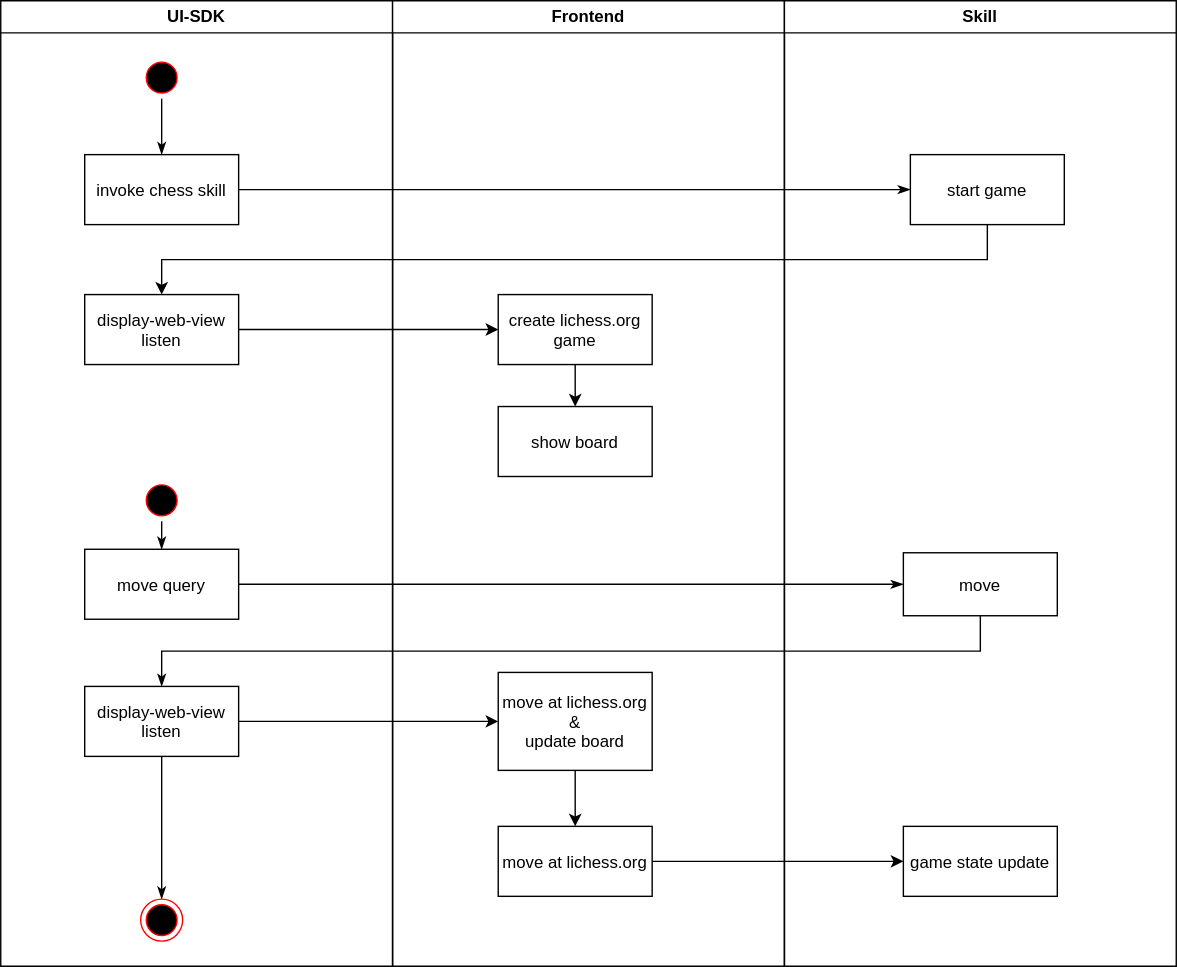
Earlier version of the draw.io export docs/flows-Normal Flow.svg (mosure/chess-assistant-skill). Source tidied: cells renumbered, new cells last; positions are measured from the earlier drawing's top-left corner, leaving out a move shared by most shapes.
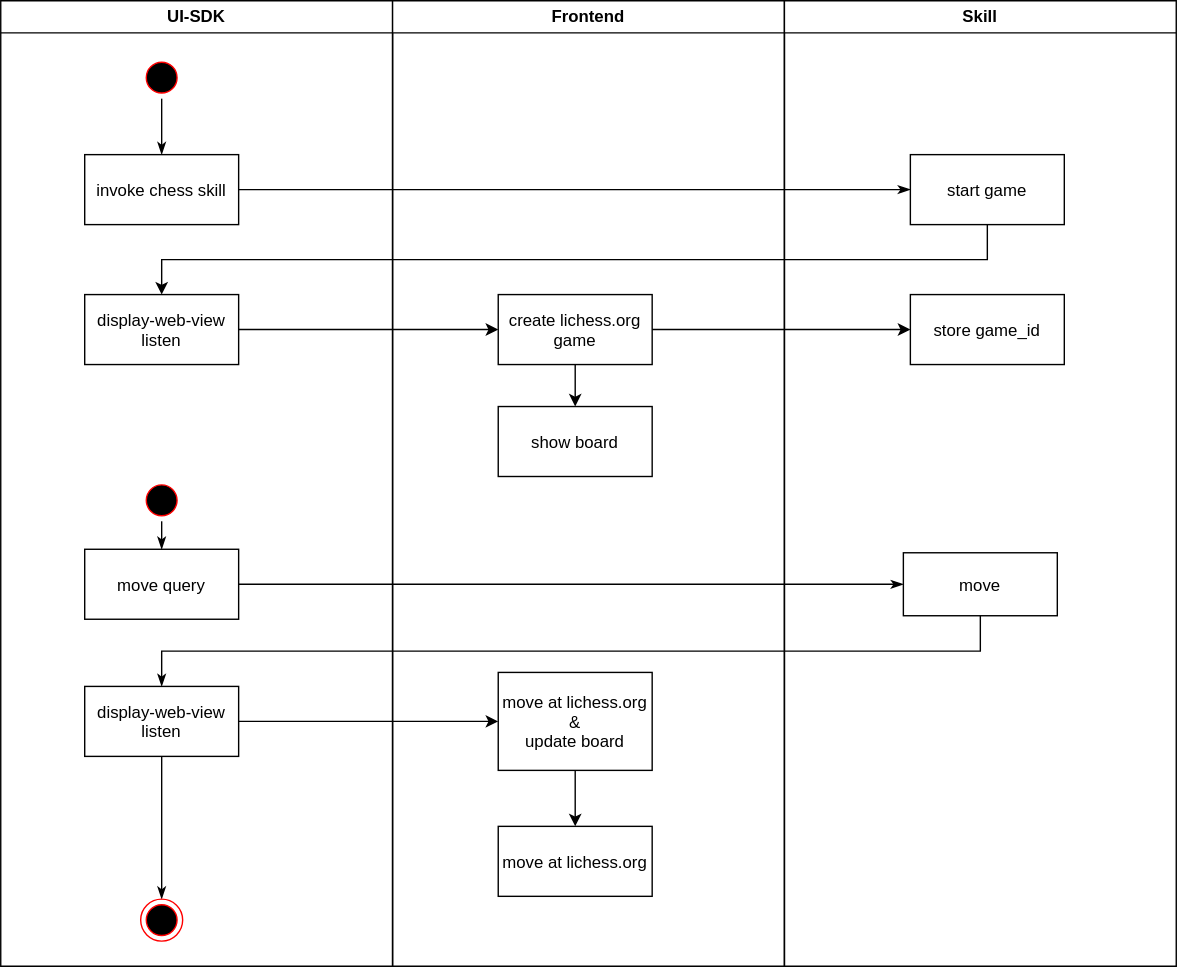
The same diagram one commit later.

The edit, as a diff of the source:
```diff
@@ -65,8 +65,8 @@
     <mxCell id="22" value="move" parent="20" vertex="1">
       <mxGeometry x="85" y="394.5" width="110" height="45" as="geometry" />
     </mxCell>
-    <mxCell id="23" value="game state update" parent="20" vertex="1">
-      <mxGeometry x="85" y="590" width="110" height="50" as="geometry" />
+    <mxCell id="23" value="store game_id" parent="20" vertex="1">
+      <mxGeometry x="90" y="210" width="110" height="50" as="geometry" />
     </mxCell>
     <mxCell id="24" style="edgeStyle=orthogonalEdgeStyle;rounded=0;jettySize=auto;html=1;exitX=1;exitY=0.5;exitDx=0;exitDy=0;entryX=0;entryY=0.5;entryDx=0;entryDy=0;endArrow=classicThin;endFill=1;strokeColor=#000000;" parent="1" edge="1" source="5" target="21">
       <mxGeometry relative="1" as="geometry" />
@@ -86,8 +86,8 @@
     <mxCell id="29" style="edgeStyle=orthogonalEdgeStyle;rounded=0;jettySize=auto;html=1;exitX=1;exitY=0.5;exitDx=0;exitDy=0;entryX=0;entryY=0.5;entryDx=0;entryDy=0;" parent="1" edge="1" source="11" target="16">
       <mxGeometry relative="1" as="geometry" />
     </mxCell>
-    <mxCell id="30" style="edgeStyle=orthogonalEdgeStyle;rounded=0;jettySize=auto;html=1;exitX=1;exitY=0.5;exitDx=0;exitDy=0;entryX=0;entryY=0.5;entryDx=0;entryDy=0;" parent="1" edge="1" source="19" target="23">
-      <mxGeometry relative="1" as="geometry" />
-    </mxCell>
+    <mxCell id="31" style="edgeStyle=orthogonalEdgeStyle;rounded=0;jettySize=auto;html=1;exitX=1;exitY=0.5;exitDx=0;exitDy=0;entryX=0;entryY=0.5;entryDx=0;entryDy=0;" parent="1" edge="1" source="18" target="23">
+      <mxGeometry relative="1" as="geometry" />
+    </mxCell>
   </root>
 </mxGraphModel>
```
